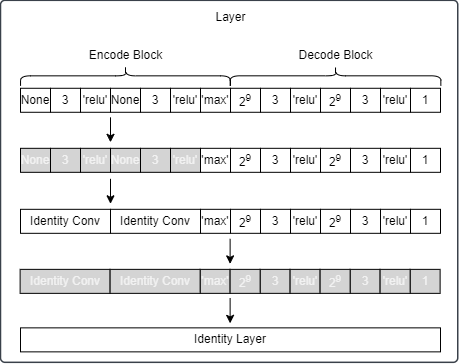
The draw.io diagram diagramas/Codificacion/identidad-layer.drawio.png in TT-NAS/NAS, before a commit. Source tidied: cells renumbered, new cells last; positions are measured from the earlier drawing's top-left corner, leaving out a move shared by most shapes.
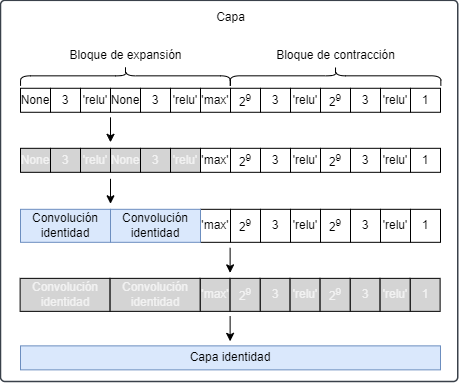
Above is the later version.

The edit, as a diff of the source:
```diff
@@ -3,7 +3,7 @@
     <mxCell id="0" />
     <mxCell id="1" parent="0" />
     <mxCell id="2" style="html=1;overflow=block;blockSpacing=1;whiteSpace=wrap;fontSize=13;align=center;spacing=3.8;strokeColor=#3a414a;strokeOpacity=100;fillOpacity=100;rounded=1;absoluteArcSize=1;arcSize=9;fillColor=#ffffff;strokeWidth=1.5;lucidId=gJQp8oDGqUhE;" parent="1" vertex="1">
-      <mxGeometry y="29.8" width="457.2" height="362" as="geometry" />
+      <mxGeometry y="29.8" width="457.2" height="381.2" as="geometry" />
     </mxCell>
     <mxCell id="3" value="None" style="rounded=0;whiteSpace=wrap;html=1;fillColor=#FFFFFF;fontColor=#000000;fontFamily=Helvetica;" parent="1" vertex="1">
       <mxGeometry x="20" y="117.8" width="30" height="24" as="geometry" />
@@ -53,13 +53,13 @@
     <mxCell id="18" style="shape=curlyBracket;whiteSpace=wrap;html=1;rounded=1;labelPosition=left;verticalLabelPosition=middle;align=right;verticalAlign=middle;rotation=90;" parent="1" vertex="1">
       <mxGeometry x="325.2" width="19.5" height="210.7" as="geometry" />
     </mxCell>
-    <mxCell id="19" value="Encode Block" style="html=1;overflow=block;blockSpacing=1;whiteSpace=wrap;fontSize=12;align=center;spacing=0;rounded=1;absoluteArcSize=1;arcSize=9;strokeWidth=NaN;lucidId=CqJnj9rpIs9s;strokeColor=none;fillColor=none;" parent="1" vertex="1">
+    <mxCell id="19" value="Bloque de expansión" style="html=1;overflow=block;blockSpacing=1;whiteSpace=wrap;fontSize=12;align=center;spacing=0;rounded=1;absoluteArcSize=1;arcSize=9;strokeWidth=NaN;lucidId=CqJnj9rpIs9s;strokeColor=none;fillColor=none;" parent="1" vertex="1">
       <mxGeometry x="62.5" y="67.8" width="125" height="35" as="geometry" />
     </mxCell>
-    <mxCell id="20" value="Decode Block" style="html=1;overflow=block;blockSpacing=1;whiteSpace=wrap;fontSize=12;align=center;spacing=0;rounded=1;absoluteArcSize=1;arcSize=9;strokeWidth=NaN;lucidId=CqJnj9rpIs9s;strokeColor=none;fillColor=none;" parent="1" vertex="1">
+    <mxCell id="20" value="Bloque&amp;nbsp;de contracción" style="html=1;overflow=block;blockSpacing=1;whiteSpace=wrap;fontSize=12;align=center;spacing=0;rounded=1;absoluteArcSize=1;arcSize=9;strokeWidth=NaN;lucidId=CqJnj9rpIs9s;strokeColor=none;fillColor=none;" parent="1" vertex="1">
       <mxGeometry x="272.5" y="67.8" width="125" height="35" as="geometry" />
     </mxCell>
-    <mxCell id="21" value="Layer" style="html=1;overflow=block;blockSpacing=1;whiteSpace=wrap;fontSize=12;align=center;spacing=0;rounded=1;absoluteArcSize=1;arcSize=9;strokeWidth=NaN;lucidId=CqJnj9rpIs9s;strokeColor=none;fillColor=none;" parent="1" vertex="1">
+    <mxCell id="21" value="Capa" style="html=1;overflow=block;blockSpacing=1;whiteSpace=wrap;fontSize=12;align=center;spacing=0;rounded=1;absoluteArcSize=1;arcSize=9;strokeWidth=NaN;lucidId=CqJnj9rpIs9s;strokeColor=none;fillColor=none;" parent="1" vertex="1">
       <mxGeometry x="167.5" y="29.8" width="125" height="35" as="geometry" />
     </mxCell>
     <mxCell id="22" style="edgeStyle=none;html=1;fontFamily=Helvetica;" parent="1" edge="1">
@@ -69,40 +69,40 @@
       </mxGeometry>
     </mxCell>
     <mxCell id="23" value="3" style="rounded=0;whiteSpace=wrap;html=1;fillColor=#D4D4D4;fontColor=#F2F2F2;fontFamily=Helvetica;" parent="1" vertex="1">
-      <mxGeometry x="259.6" y="298.9" width="30" height="24" as="geometry" />
+      <mxGeometry x="259.6" y="307.9" width="30" height="33" as="geometry" />
     </mxCell>
     <mxCell id="24" value="3" style="rounded=0;whiteSpace=wrap;html=1;fillColor=#D4D4D4;fontColor=#F2F2F2;fontFamily=Helvetica;" parent="1" vertex="1">
-      <mxGeometry x="349.6" y="298.9" width="30" height="24" as="geometry" />
+      <mxGeometry x="349.6" y="307.9" width="30" height="33" as="geometry" />
     </mxCell>
     <mxCell id="25" value="'max'" style="rounded=0;whiteSpace=wrap;html=1;fontColor=#F2F2F2;fillColor=#D4D4D4;fontFamily=Helvetica;" parent="1" vertex="1">
-      <mxGeometry x="199.6" y="298.9" width="30" height="24" as="geometry" />
+      <mxGeometry x="199.6" y="307.9" width="30" height="33" as="geometry" />
     </mxCell>
     <mxCell id="26" value="1" style="rounded=0;whiteSpace=wrap;html=1;fillColor=#D4D4D4;fontColor=#F2F2F2;fontFamily=Helvetica;" parent="1" vertex="1">
-      <mxGeometry x="409.6" y="298.9" width="30" height="24" as="geometry" />
+      <mxGeometry x="409.6" y="307.9" width="30" height="33" as="geometry" />
     </mxCell>
     <mxCell id="27" value="'relu'" style="rounded=0;whiteSpace=wrap;html=1;fillColor=#D4D4D4;fontColor=#F2F2F2;fontFamily=Helvetica;" parent="1" vertex="1">
-      <mxGeometry x="289.6" y="298.9" width="30" height="24" as="geometry" />
+      <mxGeometry x="289.6" y="307.9" width="30" height="33" as="geometry" />
     </mxCell>
     <mxCell id="28" value="'relu'" style="rounded=0;whiteSpace=wrap;html=1;fillColor=#D4D4D4;fontColor=#F2F2F2;fontFamily=Helvetica;" parent="1" vertex="1">
-      <mxGeometry x="379.6" y="298.9" width="30" height="24" as="geometry" />
+      <mxGeometry x="379.6" y="307.9" width="30" height="33" as="geometry" />
     </mxCell>
     <mxCell id="29" style="edgeStyle=none;html=1;fontFamily=Helvetica;" parent="1" edge="1">
       <mxGeometry relative="1" as="geometry">
-        <mxPoint x="229.6" y="268.4" as="sourcePoint" />
-        <mxPoint x="229.6" y="293.4" as="targetPoint" />
+        <mxPoint x="229.6" y="277.4" as="sourcePoint" />
+        <mxPoint x="229.6" y="302.4" as="targetPoint" />
       </mxGeometry>
     </mxCell>
-    <mxCell id="30" value="Identity Conv" style="rounded=0;whiteSpace=wrap;html=1;fontColor=#F2F2F2;fillColor=#D4D4D4;fontFamily=Helvetica;" parent="1" vertex="1">
-      <mxGeometry x="19.6" y="298.9" width="90" height="24" as="geometry" />
+    <mxCell id="30" value="Convolución identidad" style="rounded=0;whiteSpace=wrap;html=1;fontColor=#F2F2F2;fillColor=#D4D4D4;fontFamily=Helvetica;" parent="1" vertex="1">
+      <mxGeometry x="19.6" y="307.9" width="90" height="33" as="geometry" />
     </mxCell>
-    <mxCell id="31" value="Identity Conv" style="rounded=0;whiteSpace=wrap;html=1;fontColor=#F2F2F2;fillColor=#D4D4D4;fontFamily=Helvetica;" parent="1" vertex="1">
-      <mxGeometry x="109.6" y="298.9" width="90" height="24" as="geometry" />
+    <mxCell id="31" value="Convolución identidad" style="rounded=0;whiteSpace=wrap;html=1;fontColor=#F2F2F2;fillColor=#D4D4D4;fontFamily=Helvetica;" parent="1" vertex="1">
+      <mxGeometry x="109.6" y="307.9" width="90" height="33" as="geometry" />
     </mxCell>
     <mxCell id="32" value="&lt;font&gt;&lt;font style=&quot;color: rgb(242, 242, 242);&quot;&gt;2&lt;/font&gt;&lt;sup style=&quot;&quot;&gt;&lt;font style=&quot;color: rgb(242, 242, 242);&quot;&gt;9&lt;/font&gt;&lt;/sup&gt;&lt;/font&gt;" style="rounded=0;whiteSpace=wrap;html=1;fillColor=#D4D4D4;fontColor=#F2F2F2;fontFamily=Helvetica;" parent="1" vertex="1">
-      <mxGeometry x="229.6" y="298.9" width="30" height="24" as="geometry" />
+      <mxGeometry x="229.6" y="307.9" width="30" height="33" as="geometry" />
     </mxCell>
     <mxCell id="33" value="2&lt;sup&gt;&lt;font style=&quot;color: rgb(242, 242, 242);&quot;&gt;9&lt;/font&gt;&lt;/sup&gt;" style="rounded=0;whiteSpace=wrap;html=1;fillColor=#D4D4D4;fontColor=#F2F2F2;fontFamily=Helvetica;" parent="1" vertex="1">
-      <mxGeometry x="319.6" y="298.9" width="30" height="24" as="geometry" />
+      <mxGeometry x="319.6" y="307.9" width="30" height="33" as="geometry" />
     </mxCell>
     <mxCell id="34" value="None" style="rounded=0;whiteSpace=wrap;html=1;fillColor=#D4D4D4;fontColor=#F2F2F2;fontFamily=Helvetica;" parent="1" vertex="1">
       <mxGeometry x="20" y="177.8" width="30" height="24" as="geometry" />
@@ -147,34 +147,34 @@
       <mxGeometry x="80" y="177.8" width="30" height="24" as="geometry" />
     </mxCell>
     <mxCell id="48" value="3" style="rounded=0;whiteSpace=wrap;html=1;fillColor=#FFFFFF;fontColor=#000000;fontFamily=Helvetica;" parent="1" vertex="1">
-      <mxGeometry x="260" y="238.8" width="30" height="24" as="geometry" />
+      <mxGeometry x="260" y="238.8" width="30" height="33" as="geometry" />
     </mxCell>
     <mxCell id="49" value="3" style="rounded=0;whiteSpace=wrap;html=1;fillColor=#FFFFFF;fontColor=#000000;fontFamily=Helvetica;" parent="1" vertex="1">
-      <mxGeometry x="350" y="238.8" width="30" height="24" as="geometry" />
+      <mxGeometry x="350" y="238.8" width="30" height="33" as="geometry" />
     </mxCell>
     <mxCell id="50" value="'max'" style="rounded=0;whiteSpace=wrap;html=1;fontColor=#000000;fillColor=#FFFFFF;fontFamily=Helvetica;" parent="1" vertex="1">
-      <mxGeometry x="200" y="238.8" width="30" height="24" as="geometry" />
+      <mxGeometry x="200" y="238.8" width="30" height="33" as="geometry" />
     </mxCell>
     <mxCell id="51" value="1" style="rounded=0;whiteSpace=wrap;html=1;fillColor=#FFFFFF;fontColor=#000000;fontFamily=Helvetica;" parent="1" vertex="1">
-      <mxGeometry x="410" y="238.8" width="30" height="24" as="geometry" />
+      <mxGeometry x="410" y="238.8" width="30" height="33" as="geometry" />
     </mxCell>
     <mxCell id="52" value="'relu'" style="rounded=0;whiteSpace=wrap;html=1;fillColor=#FFFFFF;fontColor=#000000;fontFamily=Helvetica;" parent="1" vertex="1">
-      <mxGeometry x="290" y="238.8" width="30" height="24" as="geometry" />
+      <mxGeometry x="290" y="238.8" width="30" height="33" as="geometry" />
     </mxCell>
     <mxCell id="53" value="'relu'" style="rounded=0;whiteSpace=wrap;html=1;fillColor=#FFFFFF;fontColor=#000000;fontFamily=Helvetica;" parent="1" vertex="1">
-      <mxGeometry x="380" y="238.8" width="30" height="24" as="geometry" />
+      <mxGeometry x="380" y="238.8" width="30" height="33" as="geometry" />
     </mxCell>
-    <mxCell id="54" value="Identity Conv" style="rounded=0;whiteSpace=wrap;html=1;fontColor=#000000;fillColor=#FFFFFF;fontFamily=Helvetica;" parent="1" vertex="1">
-      <mxGeometry x="20" y="238.8" width="90" height="24" as="geometry" />
+    <mxCell id="54" value="Convolución identidad" style="rounded=0;whiteSpace=wrap;html=1;fillColor=#dae8fc;fontFamily=Helvetica;strokeColor=#6c8ebf;" parent="1" vertex="1">
+      <mxGeometry x="20" y="238.8" width="90" height="33" as="geometry" />
     </mxCell>
-    <mxCell id="55" value="Identity Conv" style="rounded=0;whiteSpace=wrap;html=1;fontColor=#000000;fillColor=#FFFFFF;fontFamily=Helvetica;" parent="1" vertex="1">
-      <mxGeometry x="110" y="238.8" width="90" height="24" as="geometry" />
+    <mxCell id="55" value="Convolución identidad" style="rounded=0;whiteSpace=wrap;html=1;fillColor=#dae8fc;fontFamily=Helvetica;strokeColor=#6c8ebf;" parent="1" vertex="1">
+      <mxGeometry x="110" y="238.8" width="90" height="33" as="geometry" />
     </mxCell>
     <mxCell id="56" value="&lt;font&gt;&lt;font style=&quot;&quot;&gt;2&lt;/font&gt;&lt;sup style=&quot;&quot;&gt;&lt;font style=&quot;&quot;&gt;9&lt;/font&gt;&lt;/sup&gt;&lt;/font&gt;" style="rounded=0;whiteSpace=wrap;html=1;fillColor=#FFFFFF;fontColor=#000000;fontFamily=Helvetica;" parent="1" vertex="1">
-      <mxGeometry x="230" y="238.8" width="30" height="24" as="geometry" />
+      <mxGeometry x="230" y="238.8" width="30" height="33" as="geometry" />
     </mxCell>
     <mxCell id="57" value="2&lt;sup&gt;&lt;font style=&quot;&quot;&gt;9&lt;/font&gt;&lt;/sup&gt;" style="rounded=0;whiteSpace=wrap;html=1;fillColor=#FFFFFF;fontColor=#000000;fontFamily=Helvetica;" parent="1" vertex="1">
-      <mxGeometry x="320" y="238.8" width="30" height="24" as="geometry" />
+      <mxGeometry x="320" y="238.8" width="30" height="33" as="geometry" />
     </mxCell>
     <mxCell id="58" style="edgeStyle=none;html=1;fontFamily=Helvetica;" parent="1" edge="1">
       <mxGeometry relative="1" as="geometry">
@@ -184,12 +184,12 @@
     </mxCell>
     <mxCell id="59" style="edgeStyle=none;html=1;fontFamily=Helvetica;" parent="1" edge="1">
       <mxGeometry relative="1" as="geometry">
-        <mxPoint x="229.6" y="327.9" as="sourcePoint" />
-        <mxPoint x="229.6" y="352.9" as="targetPoint" />
+        <mxPoint x="229.6" y="345.9" as="sourcePoint" />
+        <mxPoint x="229.6" y="370.9" as="targetPoint" />
       </mxGeometry>
     </mxCell>
-    <mxCell id="60" value="Identity Layer" style="rounded=0;whiteSpace=wrap;html=1;fontColor=#000000;fillColor=#FFFFFF;fontFamily=Helvetica;" parent="1" vertex="1">
-      <mxGeometry x="20" y="357.4" width="420" height="24" as="geometry" />
+    <mxCell id="60" value="Capa identidad" style="rounded=0;whiteSpace=wrap;html=1;fillColor=#dae8fc;fontFamily=Helvetica;strokeColor=#6c8ebf;" parent="1" vertex="1">
+      <mxGeometry x="20" y="375.4" width="420" height="24" as="geometry" />
     </mxCell>
   </root>
 </mxGraphModel>
```
